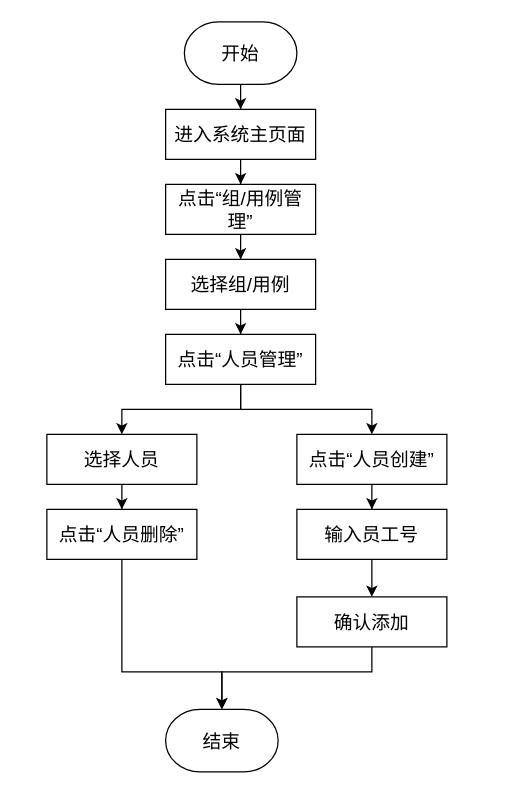
Earlier version of the draw.io diagram 人员管理流程图.drawio (Sequin-hdd/COINFO). Source tidied: cells renumbered, new cells numbered last; positions are measured from the earlier drawing's top-left corner, leaving out a move shared by most shapes. Both pictures are drawn from the tidied source at 125%, with x=0, y=0 at pixel (46, 21).
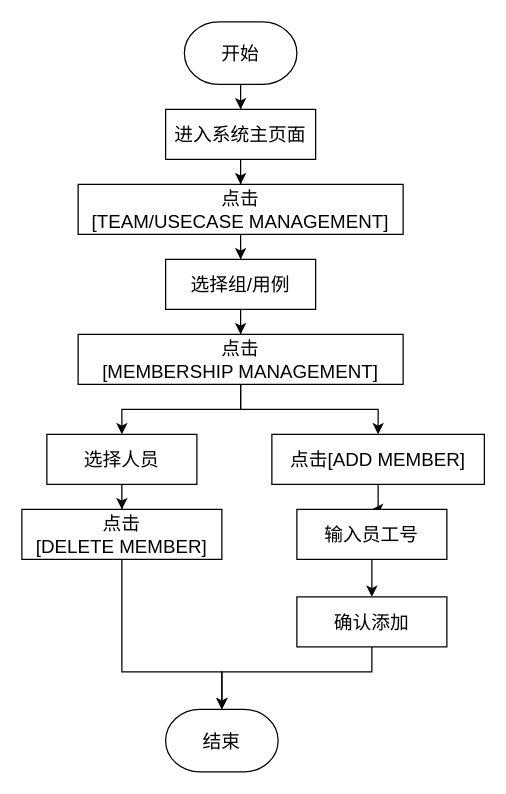
The same diagram, later.

Commit message:
更新人员管理流程图.drawio

The edit, as a diff of the source:
```diff
@@
-    <mxCell id="7" value="&lt;font style=&quot;font-size: 15px&quot;&gt;点击“组/用例管理”&lt;/font&gt;" style="rounded=0;whiteSpace=wrap;html=1;" parent="1" vertex="1">
-      <mxGeometry x="95" y="130" width="120" height="40" as="geometry" />
+    <mxCell id="7" value="&lt;font style=&quot;font-size: 15px&quot;&gt;点击&lt;br&gt;[TEAM/USECASE MANAGEMENT]&lt;/font&gt;" style="rounded=0;whiteSpace=wrap;html=1;" parent="1" vertex="1">
+      <mxGeometry x="25" y="130" width="260" height="40" as="geometry" />
     </mxCell>
@@
-    <mxCell id="12" value="&lt;font style=&quot;font-size: 15px&quot;&gt;点击“人员管理”&lt;/font&gt;" style="rounded=0;whiteSpace=wrap;html=1;" parent="1" vertex="1">
-      <mxGeometry x="95" y="250" width="120" height="40" as="geometry" />
+    <mxCell id="12" value="&lt;font style=&quot;font-size: 15px&quot;&gt;点击&lt;br&gt;[MEMBERSHIP MANAGEMENT]&lt;/font&gt;" style="rounded=0;whiteSpace=wrap;html=1;" parent="1" vertex="1">
+      <mxGeometry x="25" y="250" width="260" height="40" as="geometry" />
     </mxCell>
@@
-    <mxCell id="14" value="&lt;font style=&quot;font-size: 15px&quot;&gt;点击“人员删除”&lt;/font&gt;" style="rounded=0;whiteSpace=wrap;html=1;" parent="1" vertex="1">
-      <mxGeometry y="390" width="120" height="40" as="geometry" />
+    <mxCell id="14" value="&lt;font style=&quot;font-size: 15px&quot;&gt;点击&lt;br&gt;[DELETE MEMBER]&lt;/font&gt;" style="rounded=0;whiteSpace=wrap;html=1;" parent="1" vertex="1">
+      <mxGeometry x="-20" y="390" width="160" height="40" as="geometry" />
     </mxCell>
@@
-    <mxCell id="16" value="&lt;font style=&quot;font-size: 15px&quot;&gt;点击“人员创建”&lt;/font&gt;" style="rounded=0;whiteSpace=wrap;html=1;" parent="1" vertex="1">
-      <mxGeometry x="200" y="330" width="120" height="40" as="geometry" />
+    <mxCell id="16" value="&lt;font style=&quot;font-size: 15px&quot;&gt;点击[ADD MEMBER]&lt;/font&gt;" style="rounded=0;whiteSpace=wrap;html=1;" parent="1" vertex="1">
+      <mxGeometry x="180" y="330" width="170" height="40" as="geometry" />
     </mxCell>
```
